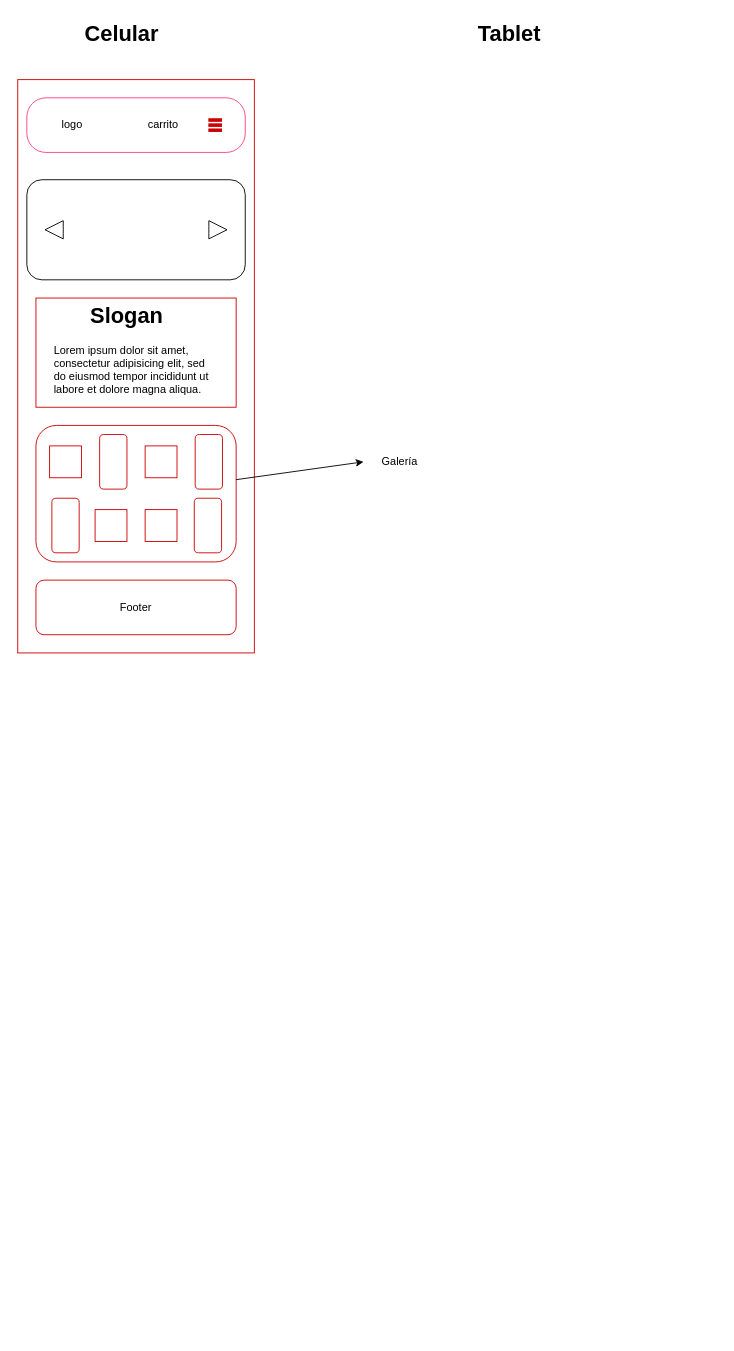
luisguillermotrujillo/landing-page-helados keeps this draw.io diagram as landing page helados.drawio. Above is the earlier version. Source tidied: cells renumbered, new cells numbered last; positions are measured from the earlier drawing's top-left corner, leaving out a move shared by most shapes. Both pictures are drawn from the tidied source at 91%, with x=0, y=0 at pixel (17, 15).
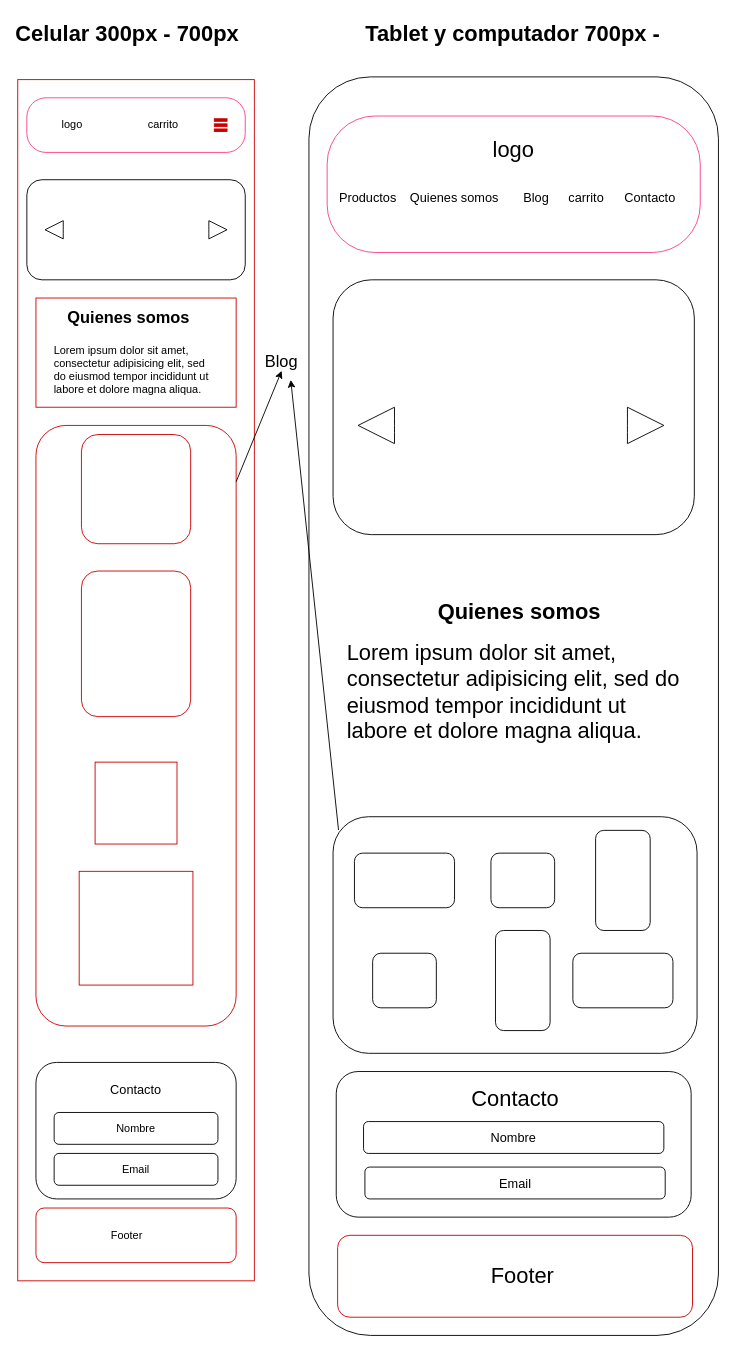
After the change.

Change to the diagram source:
```diff
@@
     <mxCell id="2" style="rounded=0;whiteSpace=wrap;html=1;strokeColor=#CC0000;gradientColor=none;" parent="1" vertex="1">
-      <mxGeometry y="70" width="260" height="630" as="geometry" />
+      <mxGeometry y="70" width="260" height="1320" as="geometry" />
     </mxCell>
@@
     <mxCell id="4" style="shape=parallelMarker;direction=south;html=1;strokeColor=#CC0000;fillColor=#f8cecc;" parent="1" vertex="1">
-      <mxGeometry x="210" y="113" width="14" height="14" as="geometry" />
+      <mxGeometry x="216" y="113" width="14" height="14" as="geometry" />
     </mxCell>
@@
-    <mxCell id="8" value="Celular" style="text;strokeColor=none;fillColor=none;html=1;fontSize=24;fontStyle=1;verticalAlign=middle;align=center;" parent="1" vertex="1">
-      <mxGeometry x="64" width="100" height="40" as="geometry" />
+    <mxCell id="8" value="Celular 300px - 700px" style="text;strokeColor=none;fillColor=none;html=1;fontSize=24;fontStyle=1;verticalAlign=middle;align=center;" parent="1" vertex="1">
+      <mxGeometry x="70" width="100" height="40" as="geometry" />
     </mxCell>
@@
-    <mxCell id="12" value="&lt;h1&gt;&amp;nbsp; &amp;nbsp; &amp;nbsp; Slogan&lt;/h1&gt;&lt;p&gt;Lorem ipsum dolor sit amet, consectetur adipisicing elit, sed do eiusmod tempor incididunt ut labore et dolore magna aliqua.&lt;/p&gt;" style="text;html=1;strokeColor=none;fillColor=none;spacing=5;spacingTop=-20;whiteSpace=wrap;overflow=hidden;rounded=0;" parent="1" vertex="1">
+    <mxCell id="12" value="&lt;h1&gt;&lt;font style=&quot;font-size: 18px&quot;&gt;&amp;nbsp; &amp;nbsp;Quienes somos&lt;/font&gt;&lt;/h1&gt;&lt;p&gt;Lorem ipsum dolor sit amet, consectetur adipisicing elit, sed do eiusmod tempor incididunt ut labore et dolore magna aliqua.&lt;/p&gt;" style="text;html=1;strokeColor=none;fillColor=none;spacing=5;spacingTop=-20;whiteSpace=wrap;overflow=hidden;rounded=0;" parent="1" vertex="1">
       <mxGeometry x="35" y="310" width="190" height="120" as="geometry" />
     </mxCell>
     <mxCell id="13" style="rounded=1;whiteSpace=wrap;html=1;strokeColor=#CC0000;gradientColor=none;" parent="1" vertex="1">
-      <mxGeometry x="20" y="450" width="220" height="150" as="geometry" />
+      <mxGeometry x="20" y="450" width="220" height="660" as="geometry" />
     </mxCell>
     <mxCell id="14" style="whiteSpace=wrap;html=1;strokeColor=#CC0000;gradientColor=none;" parent="1" vertex="1">
-      <mxGeometry x="35" y="472.5" width="35" height="35" as="geometry" />
+      <mxGeometry x="85" y="820" width="90" height="90" as="geometry" />
     </mxCell>
     <mxCell id="15" style="rounded=1;whiteSpace=wrap;html=1;strokeColor=#CC0000;gradientColor=none;direction=south;" parent="1" vertex="1">
-      <mxGeometry x="90" y="460" width="30" height="60" as="geometry" />
+      <mxGeometry x="70" y="460" width="120" height="120" as="geometry" />
     </mxCell>
     <mxCell id="16" style="whiteSpace=wrap;html=1;strokeColor=#CC0000;gradientColor=none;" parent="1" vertex="1">
-      <mxGeometry x="140" y="472.5" width="35" height="35" as="geometry" />
+      <mxGeometry x="67.5" y="940" width="125" height="125" as="geometry" />
     </mxCell>
     <mxCell id="17" style="rounded=1;whiteSpace=wrap;html=1;strokeColor=#CC0000;gradientColor=none;direction=south;" parent="1" vertex="1">
-      <mxGeometry x="195" y="460" width="30" height="60" as="geometry" />
+      <mxGeometry x="70" y="610" width="120" height="160" as="geometry" />
     </mxCell>
-    <mxCell id="18" style="rounded=1;whiteSpace=wrap;html=1;strokeColor=#CC0000;gradientColor=none;direction=south;" parent="1" vertex="1">
-      <mxGeometry x="37.5" y="530" width="30" height="60" as="geometry" />
-    </mxCell>
-    <mxCell id="19" style="whiteSpace=wrap;html=1;strokeColor=#CC0000;gradientColor=none;" parent="1" vertex="1">
-      <mxGeometry x="85" y="542.5" width="35" height="35" as="geometry" />
-    </mxCell>
-    <mxCell id="20" style="whiteSpace=wrap;html=1;strokeColor=#CC0000;gradientColor=none;" parent="1" vertex="1">
-      <mxGeometry x="140" y="542.5" width="35" height="35" as="geometry" />
-    </mxCell>
-    <mxCell id="21" style="rounded=1;whiteSpace=wrap;html=1;strokeColor=#CC0000;gradientColor=none;direction=south;" parent="1" vertex="1">
-      <mxGeometry x="194" y="530" width="30" height="60" as="geometry" />
-    </mxCell>
-    <mxCell id="22" style="endArrow=classic;html=1;" parent="1" edge="1" source="13">
-      <mxGeometry relative="1" as="geometry">
-        <mxPoint x="380" y="490" as="targetPoint" />
-      </mxGeometry>
+    <mxCell id="22" style="endArrow=classic;html=1;entryX=0.5;entryY=1;entryDx=0;entryDy=0;" parent="1" edge="1" source="13" target="23">
+      <mxGeometry relative="1" as="geometry" />
     </mxCell>
-    <mxCell id="23" value="Galería" style="text;html=1;strokeColor=none;fillColor=none;align=center;verticalAlign=middle;whiteSpace=wrap;rounded=0;" parent="1" vertex="1">
-      <mxGeometry x="400" y="480" width="40" height="20" as="geometry" />
+    <mxCell id="23" value="&lt;font style=&quot;font-size: 18px&quot;&gt;Blog&lt;/font&gt;" style="text;html=1;strokeColor=none;fillColor=none;align=center;verticalAlign=middle;whiteSpace=wrap;rounded=0;" parent="1" vertex="1">
+      <mxGeometry x="270" y="370" width="40" height="20" as="geometry" />
     </mxCell>
     <mxCell id="24" style="rounded=1;whiteSpace=wrap;html=1;strokeColor=#CC0000;gradientColor=none;" parent="1" vertex="1">
-      <mxGeometry x="20" y="620" width="220" height="60" as="geometry" />
+      <mxGeometry x="20" y="1310" width="220" height="60" as="geometry" />
     </mxCell>
     <mxCell id="25" value="Footer" style="text;html=1;strokeColor=none;fillColor=none;align=center;verticalAlign=middle;whiteSpace=wrap;rounded=0;" parent="1" vertex="1">
-      <mxGeometry x="110" y="640" width="40" height="20" as="geometry" />
+      <mxGeometry x="100" y="1330" width="40" height="20" as="geometry" />
     </mxCell>
-    <mxCell id="26" value="Tablet" style="text;strokeColor=none;fillColor=none;html=1;fontSize=24;fontStyle=1;verticalAlign=middle;align=center;" parent="1" vertex="1">
-      <mxGeometry x="490" width="100" height="40" as="geometry" />
+    <mxCell id="26" value="Tablet y computador 700px -&amp;nbsp;" style="text;strokeColor=none;fillColor=none;html=1;fontSize=24;fontStyle=1;verticalAlign=middle;align=center;" parent="1" vertex="1">
+      <mxGeometry x="496.5" width="100" height="40" as="geometry" />
     </mxCell>
+    <mxCell id="27" style="rounded=1;whiteSpace=wrap;html=1;" parent="1" vertex="1">
+      <mxGeometry x="320" y="67" width="450" height="1383" as="geometry" />
+    </mxCell>
+    <mxCell id="28" style="rounded=1;whiteSpace=wrap;html=1;strokeColor=#FF3D84;arcSize=35;" parent="1" vertex="1">
+      <mxGeometry x="340" y="110" width="410" height="150" as="geometry" />
+    </mxCell>
+    <mxCell id="29" value="&lt;font style=&quot;font-size: 14px&quot;&gt;carrito&lt;/font&gt;" style="text;html=1;strokeColor=none;fillColor=none;align=center;verticalAlign=middle;whiteSpace=wrap;rounded=0;" parent="1" vertex="1">
+      <mxGeometry x="600" y="180" width="50" height="40" as="geometry" />
+    </mxCell>
+    <mxCell id="30" value="&lt;font style=&quot;font-size: 24px&quot;&gt;logo&lt;/font&gt;" style="text;html=1;strokeColor=none;fillColor=none;align=center;verticalAlign=middle;whiteSpace=wrap;rounded=0;" parent="1" vertex="1">
+      <mxGeometry x="490" y="113" width="110" height="67" as="geometry" />
+    </mxCell>
+    <mxCell id="31" value="&lt;font style=&quot;font-size: 14px&quot;&gt;Contacto&lt;/font&gt;" style="text;html=1;strokeColor=none;fillColor=none;align=center;verticalAlign=middle;whiteSpace=wrap;rounded=0;" parent="1" vertex="1">
+      <mxGeometry x="670" y="180" width="50" height="40" as="geometry" />
+    </mxCell>
+    <mxCell id="32" value="&lt;font style=&quot;font-size: 14px&quot;&gt;Productos&lt;/font&gt;" style="text;html=1;strokeColor=none;fillColor=none;align=center;verticalAlign=middle;whiteSpace=wrap;rounded=0;" parent="1" vertex="1">
+      <mxGeometry x="360" y="180" width="50" height="40" as="geometry" />
+    </mxCell>
+    <mxCell id="33" value="&lt;font style=&quot;font-size: 14px&quot;&gt;Quienes somos&lt;/font&gt;" style="text;html=1;strokeColor=none;fillColor=none;align=center;verticalAlign=middle;whiteSpace=wrap;rounded=0;" parent="1" vertex="1">
+      <mxGeometry x="430" y="180" width="100" height="40" as="geometry" />
+    </mxCell>
+    <mxCell id="34" value="&lt;font style=&quot;font-size: 14px&quot;&gt;Blog&lt;/font&gt;" style="text;html=1;strokeColor=none;fillColor=none;align=center;verticalAlign=middle;whiteSpace=wrap;rounded=0;" parent="1" vertex="1">
+      <mxGeometry x="545" y="180" width="50" height="40" as="geometry" />
+    </mxCell>
+    <mxCell id="35" style="rounded=1;whiteSpace=wrap;html=1;" parent="1" vertex="1">
+      <mxGeometry x="346.5" y="290" width="397" height="280" as="geometry" />
+    </mxCell>
+    <mxCell id="36" style="html=1;shadow=0;dashed=0;align=center;verticalAlign=middle;shape=mxgraph.arrows2.arrow;dy=0.6;dx=40;flipH=1;notch=0;" parent="1" vertex="1">
+      <mxGeometry x="374" y="430" width="40" height="40" as="geometry" />
+    </mxCell>
+    <mxCell id="37" style="html=1;shadow=0;dashed=0;align=center;verticalAlign=middle;shape=mxgraph.arrows2.arrow;dy=0.6;dx=40;flipH=1;notch=0;rotation=-180;" parent="1" vertex="1">
+      <mxGeometry x="670" y="430" width="40" height="40" as="geometry" />
+    </mxCell>
+    <mxCell id="38" value="&lt;h1&gt;&lt;font style=&quot;font-size: 24px&quot;&gt;&amp;nbsp; &amp;nbsp; &amp;nbsp; &amp;nbsp; &amp;nbsp; &amp;nbsp; &amp;nbsp; &amp;nbsp;Quienes somos&lt;/font&gt;&lt;/h1&gt;&lt;p&gt;&lt;font style=&quot;font-size: 24px&quot;&gt;Lorem ipsum dolor sit amet, consectetur adipisicing elit, sed do eiusmod tempor incididunt ut labore et dolore magna aliqua.&lt;/font&gt;&lt;/p&gt;" style="text;html=1;strokeColor=none;fillColor=none;spacing=5;spacingTop=-20;whiteSpace=wrap;overflow=hidden;rounded=0;" parent="1" vertex="1">
+      <mxGeometry x="356.5" y="635" width="380" height="190" as="geometry" />
+    </mxCell>
+    <mxCell id="39" style="rounded=1;whiteSpace=wrap;html=1;" parent="1" vertex="1">
+      <mxGeometry x="346.5" y="880" width="400" height="260" as="geometry" />
+    </mxCell>
+    <mxCell id="40" style="rounded=1;whiteSpace=wrap;html=1;" parent="1" vertex="1">
+      <mxGeometry x="370" y="920" width="110" height="60" as="geometry" />
+    </mxCell>
+    <mxCell id="41" style="rounded=1;whiteSpace=wrap;html=1;" parent="1" vertex="1">
+      <mxGeometry x="520" y="920" width="70" height="60" as="geometry" />
+    </mxCell>
+    <mxCell id="42" style="rounded=1;whiteSpace=wrap;html=1;rotation=90;" parent="1" vertex="1">
+      <mxGeometry x="610" y="920" width="110" height="60" as="geometry" />
+    </mxCell>
+    <mxCell id="43" style="rounded=1;whiteSpace=wrap;html=1;" parent="1" vertex="1">
+      <mxGeometry x="390" y="1030" width="70" height="60" as="geometry" />
+    </mxCell>
+    <mxCell id="44" style="rounded=1;whiteSpace=wrap;html=1;rotation=90;" parent="1" vertex="1">
+      <mxGeometry x="500" y="1030" width="110" height="60" as="geometry" />
+    </mxCell>
+    <mxCell id="45" style="rounded=1;whiteSpace=wrap;html=1;" parent="1" vertex="1">
+      <mxGeometry x="610" y="1030" width="110" height="60" as="geometry" />
+    </mxCell>
+    <mxCell id="46" style="rounded=1;whiteSpace=wrap;html=1;strokeColor=#CC0000;gradientColor=none;" parent="1" vertex="1">
+      <mxGeometry x="351.5" y="1340" width="390" height="90" as="geometry" />
+    </mxCell>
+    <mxCell id="47" style="endArrow=classic;html=1;entryX=0.5;entryY=1;entryDx=0;entryDy=0;exitX=0.015;exitY=0.056;exitDx=0;exitDy=0;exitPerimeter=0;" parent="1" edge="1" source="39">
+      <mxGeometry relative="1" as="geometry">
+        <mxPoint x="300" y="400" as="targetPoint" />
+      </mxGeometry>
+    </mxCell>
+    <mxCell id="48" style="rounded=1;whiteSpace=wrap;html=1;" parent="1" vertex="1">
+      <mxGeometry x="20" y="1150" width="220" height="150" as="geometry" />
+    </mxCell>
+    <mxCell id="49" style="rounded=1;whiteSpace=wrap;html=1;" parent="1" vertex="1">
+      <mxGeometry x="40" y="1205" width="180" height="35" as="geometry" />
+    </mxCell>
+    <mxCell id="50" value="Nombre" style="text;html=1;strokeColor=none;fillColor=none;align=center;verticalAlign=middle;whiteSpace=wrap;rounded=0;" parent="1" vertex="1">
+      <mxGeometry x="110" y="1212.5" width="40" height="20" as="geometry" />
+    </mxCell>
+    <mxCell id="51" style="rounded=1;whiteSpace=wrap;html=1;" parent="1" vertex="1">
+      <mxGeometry x="40" y="1250" width="180" height="35" as="geometry" />
+    </mxCell>
+    <mxCell id="52" value="Email" style="text;html=1;strokeColor=none;fillColor=none;align=center;verticalAlign=middle;whiteSpace=wrap;rounded=0;" parent="1" vertex="1">
+      <mxGeometry x="110" y="1257.5" width="40" height="20" as="geometry" />
+    </mxCell>
+    <mxCell id="53" value="&lt;font style=&quot;font-size: 14px&quot;&gt;Contacto&lt;/font&gt;" style="text;html=1;strokeColor=none;fillColor=none;align=center;verticalAlign=middle;whiteSpace=wrap;rounded=0;" parent="1" vertex="1">
+      <mxGeometry x="110" y="1170" width="40" height="20" as="geometry" />
+    </mxCell>
+    <mxCell id="54" style="rounded=1;whiteSpace=wrap;html=1;" parent="1" vertex="1">
+      <mxGeometry x="350" y="1160" width="390" height="160" as="geometry" />
+    </mxCell>
+    <mxCell id="55" value="&lt;font style=&quot;font-size: 24px&quot;&gt;Contacto&lt;/font&gt;" style="text;html=1;strokeColor=none;fillColor=none;align=center;verticalAlign=middle;whiteSpace=wrap;rounded=0;" parent="1" vertex="1">
+      <mxGeometry x="526.5" y="1180" width="40" height="20" as="geometry" />
+    </mxCell>
+    <mxCell id="56" value="&lt;font style=&quot;font-size: 14px&quot;&gt;Nombre&lt;/font&gt;" style="rounded=1;whiteSpace=wrap;html=1;" parent="1" vertex="1">
+      <mxGeometry x="380" y="1215" width="330" height="35" as="geometry" />
+    </mxCell>
+    <mxCell id="57" value="&lt;font style=&quot;font-size: 14px&quot;&gt;Email&lt;/font&gt;" style="rounded=1;whiteSpace=wrap;html=1;" parent="1" vertex="1">
+      <mxGeometry x="381.5" y="1265" width="330" height="35" as="geometry" />
+    </mxCell>
+    <mxCell id="58" value="&lt;font style=&quot;font-size: 24px&quot;&gt;Footer&lt;/font&gt;" style="text;html=1;strokeColor=none;fillColor=none;align=center;verticalAlign=middle;whiteSpace=wrap;rounded=0;" parent="1" vertex="1">
+      <mxGeometry x="535" y="1375" width="40" height="20" as="geometry" />
+    </mxCell>
```
